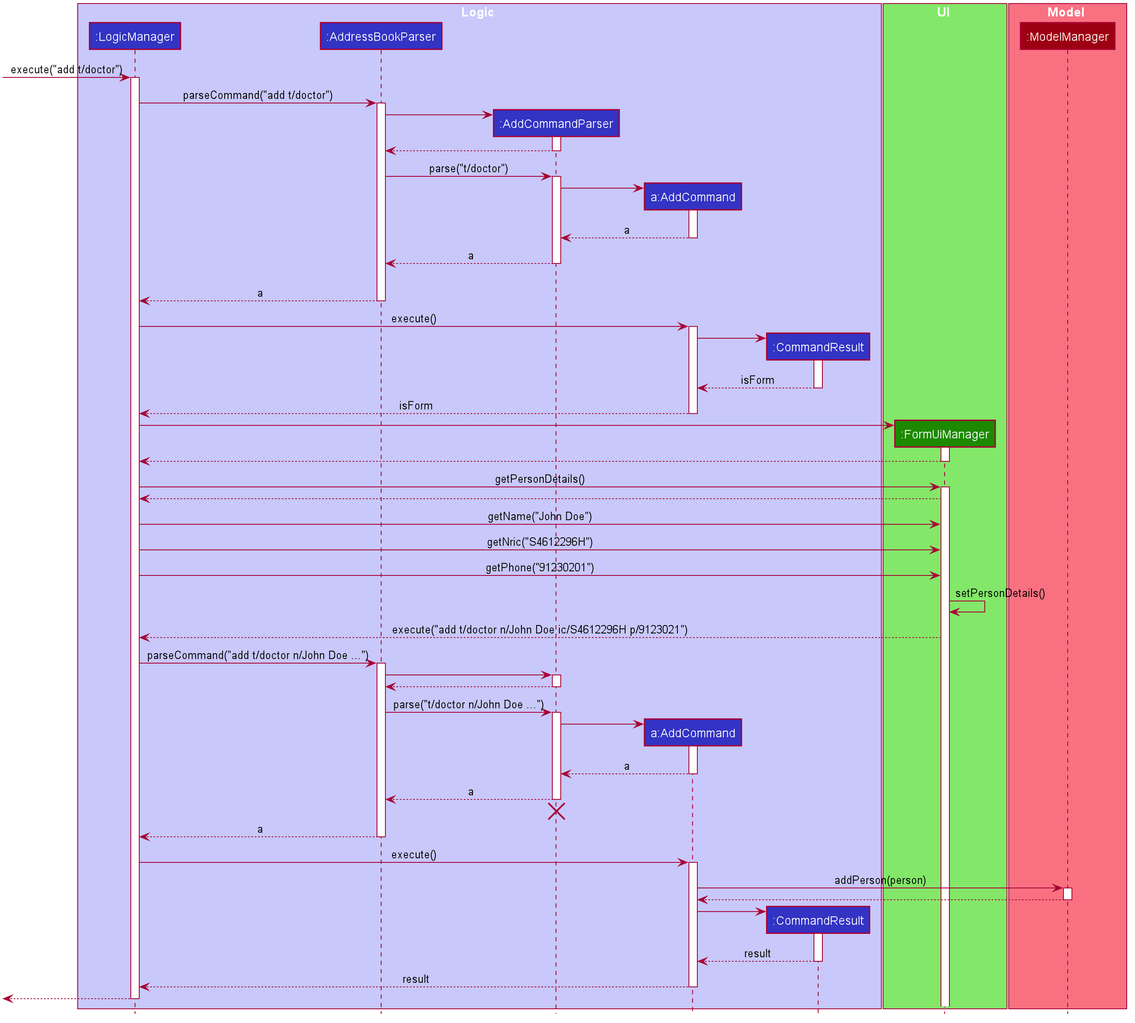
Earlier version of the PlantUML export docs/images/AddFormSequenceDiagram.png (AY1920S1-CS2103T-T13-1/main). Its diagram source:
```plantuml
@startuml








skinparam BackgroundColor #FFFFFFF

skinparam Shadowing false

skinparam Class {
    FontColor #FFFFFF
    BorderThickness 1
    BorderColor #FFFFFF
    StereotypeFontColor #FFFFFF
    FontName Arial
}

skinparam Actor {
    BorderColor #000000
    Color #000000
    FontName Arial
}

skinparam Sequence {
    MessageAlign center
    BoxFontSize 15
    BoxPadding 0
    BoxFontColor #FFFFFF
    FontName Arial
}

skinparam Participant {
    FontColor #FFFFFFF
    Padding 20
}

skinparam MinClassWidth 50
skinparam ParticipantPadding 10
skinparam Shadowing false
skinparam DefaultTextAlignment center
skinparam packageStyle Rectangle

hide footbox
hide members
hide circle

box Logic #C8C8FA
participant ":LogicManager" as LogicManager #3333C4
participant ":AddressBookParser" as AddressBookParser #3333C4
participant ":AddCommandParser" as AddCommandParser #3333C4
participant "a:AddCommand" as AddCommand #3333C4
participant ":CommandResult" as CommandResult #3333C4
end box

box UI #83E769
participant ":FormUiManager" as FormUiManager #1D8900
end box

box Model #F97181
participant ":ModelManager" as ModelManager #9D0012
end box

[-> LogicManager : execute("add t/doctor")
activate LogicManager

LogicManager -> AddressBookParser : parseCommand("add t/doctor")
activate AddressBookParser

create AddCommandParser
AddressBookParser -> AddCommandParser
activate AddCommandParser

AddCommandParser --> AddressBookParser
deactivate AddCommandParser

AddressBookParser -> AddCommandParser : parse("t/doctor")
activate AddCommandParser

create AddCommand
AddCommandParser -> AddCommand
activate AddCommand

AddCommand --> AddCommandParser : a
deactivate AddCommand

AddCommandParser --> AddressBookParser : a
deactivate AddCommandParser
AddCommandParser -[hidden]-> AddressBookParser

AddressBookParser --> LogicManager : a
deactivate AddressBookParser

LogicManager -> AddCommand : execute()
activate AddCommand

create CommandResult
AddCommand -> CommandResult
activate CommandResult

CommandResult --> AddCommand : isForm
deactivate CommandResult

AddCommand --> LogicManager : isForm
deactivate AddCommand

create FormUiManager
LogicManager -> FormUiManager
activate FormUiManager

FormUiManager --> LogicManager
deactivate FormUiManager

LogicManager -> FormUiManager : getPersonDetails()
activate FormUiManager

FormUiManager --> LogicManager

LogicManager -> FormUiManager : getName("John Doe")
LogicManager -> FormUiManager : getNric("S4612296H")
LogicManager -> FormUiManager : getPhone("91230201")

FormUiManager -> FormUiManager : setPersonDetails()

FormUiManager --> LogicManager : execute("add t/doctor n/John Doe ic/S4612296H p/9123021")

LogicManager -> AddressBookParser : parseCommand("add t/doctor n/John Doe ...")
activate AddressBookParser

AddressBookParser -> AddCommandParser
activate AddCommandParser

AddCommandParser --> AddressBookParser
deactivate AddCommandParser

AddressBookParser -> AddCommandParser : parse("t/doctor n/John Doe ...")
activate AddCommandParser

create AddCommand
AddCommandParser -> AddCommand
activate AddCommand

AddCommand --> AddCommandParser : a
deactivate AddCommand

AddCommandParser --> AddressBookParser : a
deactivate AddCommandParser
AddCommandParser -[hidden]-> AddressBookParser
destroy AddCommandParser

AddressBookParser --> LogicManager : a
deactivate AddressBookParser

LogicManager -> AddCommand : execute()
activate AddCommand

AddCommand -> ModelManager : addPerson(person)
activate ModelManager

ModelManager --> AddCommand
deactivate ModelManager

create CommandResult
AddCommand -> CommandResult
activate CommandResult

CommandResult --> AddCommand : result
deactivate CommandResult

AddCommand --> LogicManager : result
deactivate AddCommand

[<--LogicManager
deactivate LogicManager
@enduml
```
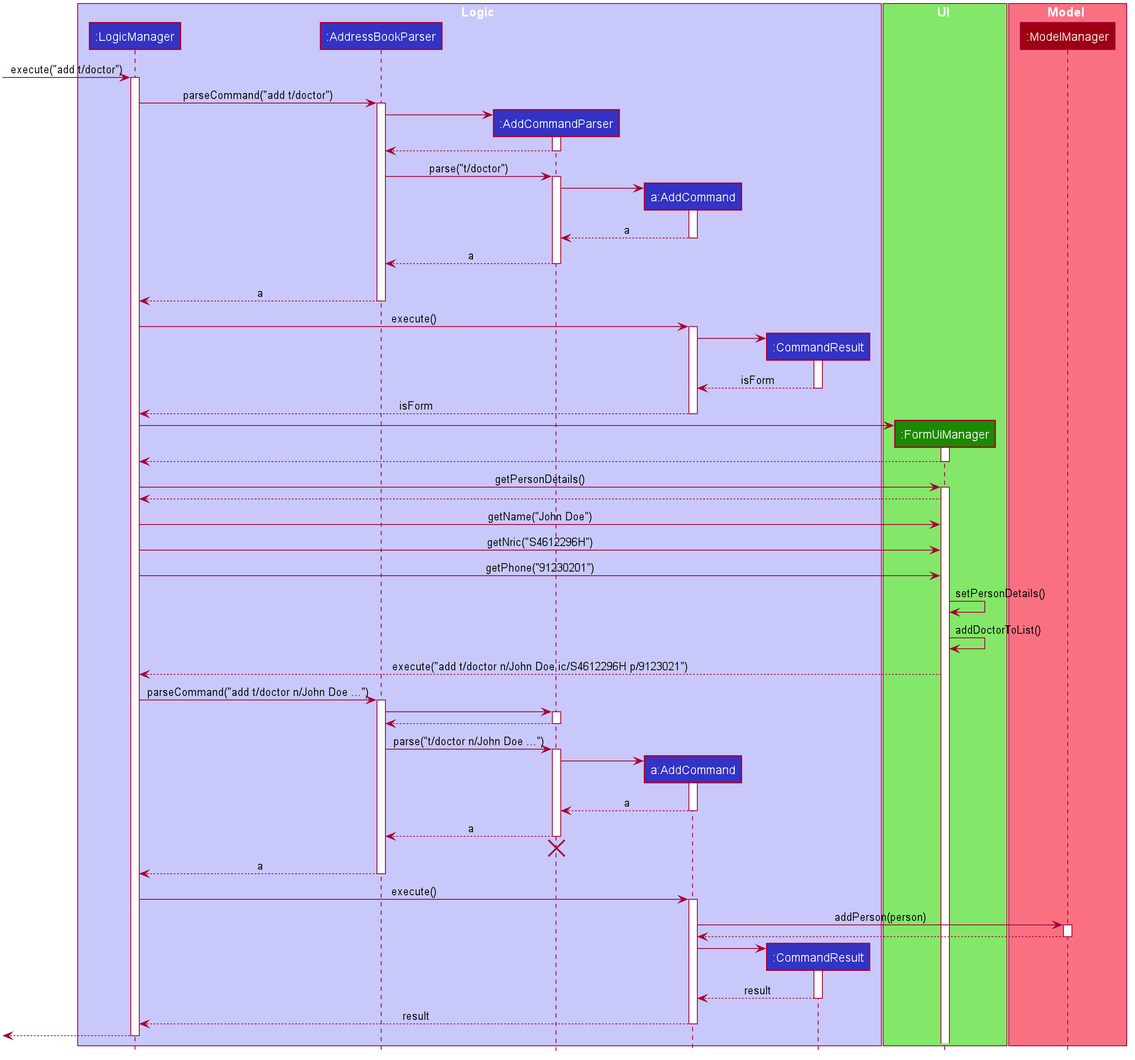
After the change.

What changed in the source:
```diff
@@ -125,6 +125,8 @@
 
 FormUiManager -> FormUiManager : setPersonDetails()
 
+FormUiManager -> FormUiManager : addDoctorToList()
+
 FormUiManager --> LogicManager : execute("add t/doctor n/John Doe ic/S4612296H p/9123021")
 
 LogicManager -> AddressBookParser : parseCommand("add t/doctor n/John Doe ...")
```
